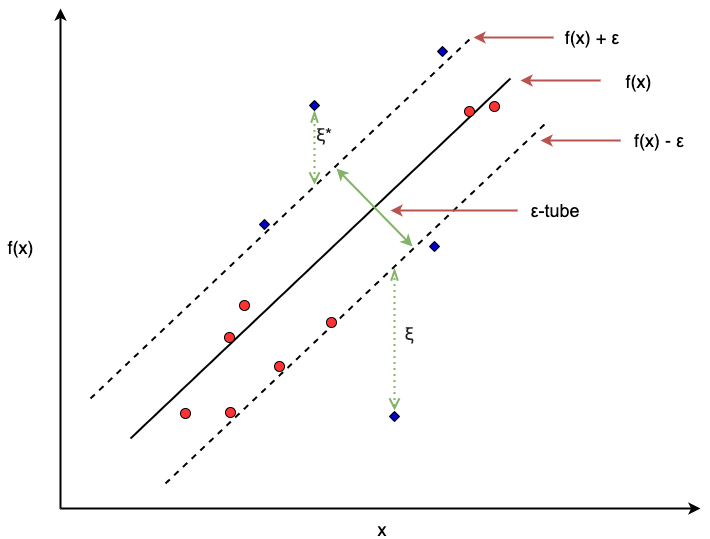
Earlier version of the draw.io export images/c3_mod/svm.png (RaphaelS1/thesis_supplementary). Source tidied: cells renumbered, new cells last; positions are measured from the earlier drawing's top-left corner, leaving out a move shared by most shapes.
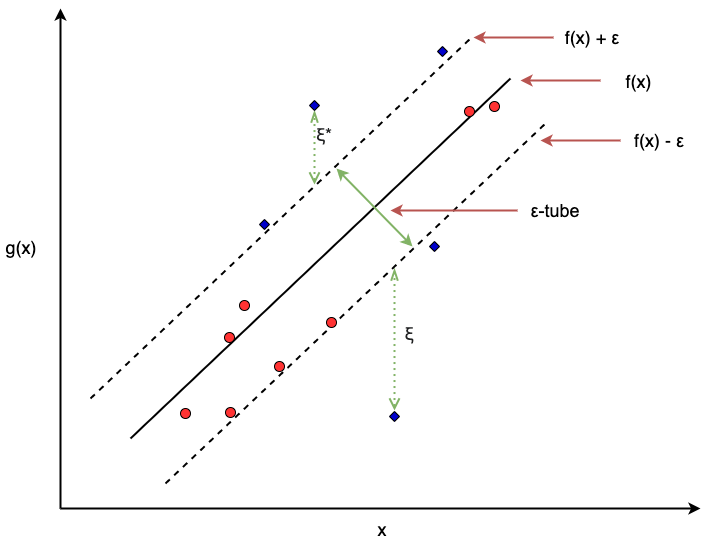
After the commit.

What changed in the source:
```diff
@@ -134,7 +134,7 @@
     <mxCell id="33" value="x" style="text;html=1;strokeColor=none;fillColor=none;align=center;verticalAlign=middle;whiteSpace=wrap;rounded=0;fontSize=18;" parent="1" vertex="1">
       <mxGeometry x="361.2" y="510" width="40" height="20" as="geometry" />
     </mxCell>
-    <mxCell id="34" value="f(x)" style="text;html=1;strokeColor=none;fillColor=none;align=center;verticalAlign=middle;whiteSpace=wrap;rounded=0;fontSize=18;" parent="1" vertex="1">
+    <mxCell id="34" value="g(x)" style="text;html=1;strokeColor=none;fillColor=none;align=center;verticalAlign=middle;whiteSpace=wrap;rounded=0;fontSize=18;" parent="1" vertex="1">
       <mxGeometry y="228" width="40" height="20" as="geometry" />
     </mxCell>
   </root>
```
